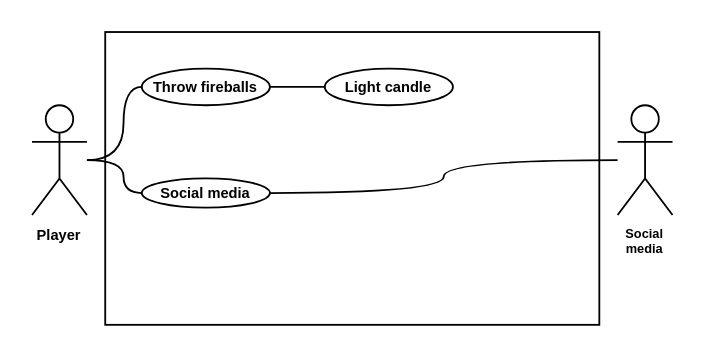
This is page "Page-1" (1 of 4) of Untitled Diagram.drawio from platyparty/CISC-210, a draw.io file, before an edit. Source tidied: cells renumbered, new cells numbered last; positions are measured from the earlier drawing's top-left corner, leaving out a move shared by most shapes. Both pictures are drawn from the tidied source at 183%, with x=0, y=0 at pixel (31, 31).
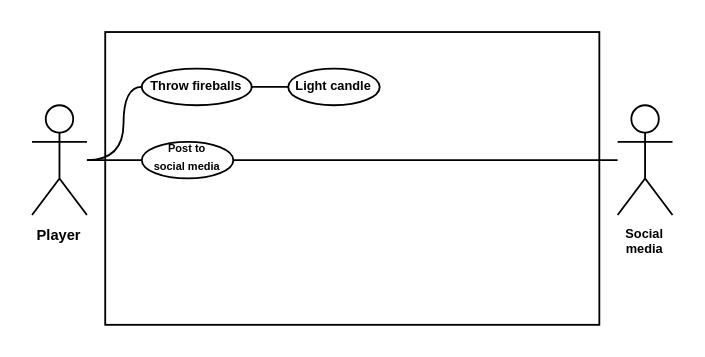
Above is the later version.

Commit message:
Added hourly car rental diagrams

The edit, as a diff of the source:
```diff
@@
 <mxGraphModel>
   <root>
     <mxCell id="0" />
     <mxCell id="1" parent="0" />
     <mxCell id="2" style="rounded=0;whiteSpace=wrap;html=1;fillColor=none;" parent="1" vertex="1">
       <mxGeometry x="40" width="270" height="160" as="geometry" />
     </mxCell>
     <mxCell id="3" style="edgeStyle=orthogonalEdgeStyle;rounded=0;jettySize=auto;html=1;entryX=0;entryY=0.5;entryDx=0;entryDy=0;fontSize=8;curved=1;startSize=6;endArrow=none;endFill=0;" parent="1" edge="1" source="5" target="7">
       <mxGeometry relative="1" as="geometry" />
     </mxCell>
     <mxCell id="4" style="edgeStyle=orthogonalEdgeStyle;curved=1;rounded=0;jettySize=auto;html=1;entryX=0;entryY=0.5;entryDx=0;entryDy=0;startSize=6;endArrow=none;endFill=0;fontSize=8;" parent="1" edge="1" source="5" target="11">
       <mxGeometry relative="1" as="geometry" />
     </mxCell>
     <mxCell id="5" value="Player" style="shape=umlActor;verticalLabelPosition=bottom;labelBackgroundColor=#ffffff;verticalAlign=top;fontSize=8;fontStyle=1;html=1;whiteSpace=wrap;" parent="1" vertex="1">
       <mxGeometry y="40" width="30" height="60" as="geometry" />
     </mxCell>
     <mxCell id="6" style="edgeStyle=orthogonalEdgeStyle;curved=1;rounded=0;jettySize=auto;html=1;startSize=6;endArrow=none;endFill=0;fontSize=8;" parent="1" edge="1" source="7" target="8">
       <mxGeometry relative="1" as="geometry" />
     </mxCell>
-    <mxCell id="7" value="Throw fireballs" style="ellipse;whiteSpace=wrap;html=1;fillColor=none;fontSize=8;fontStyle=1;" parent="1" vertex="1">
-      <mxGeometry x="60" y="20" width="70" height="20" as="geometry" />
+    <mxCell id="7" value="Throw fireballs" style="ellipse;whiteSpace=wrap;html=1;fillColor=none;fontSize=7;fontStyle=1;" parent="1" vertex="1">
+      <mxGeometry x="60" y="20" width="60" height="20" as="geometry" />
     </mxCell>
-    <mxCell id="8" value="Light candle" style="ellipse;whiteSpace=wrap;html=1;fillColor=none;fontStyle=1;fontSize=8;" parent="1" vertex="1">
-      <mxGeometry x="160" y="20" width="70" height="20" as="geometry" />
+    <mxCell id="8" value="Light candle" style="ellipse;whiteSpace=wrap;html=1;fillColor=none;fontStyle=1;fontSize=7;" parent="1" vertex="1">
+      <mxGeometry x="140" y="20" width="50" height="20" as="geometry" />
     </mxCell>
     <mxCell id="9" style="edgeStyle=orthogonalEdgeStyle;curved=1;rounded=0;jettySize=auto;html=1;entryX=1;entryY=0.5;entryDx=0;entryDy=0;startSize=6;endArrow=none;endFill=0;fontSize=8;" parent="1" edge="1" source="10" target="11">
       <mxGeometry relative="1" as="geometry" />
     </mxCell>
     <mxCell id="10" value="Social media" style="shape=umlActor;verticalLabelPosition=bottom;labelBackgroundColor=#ffffff;verticalAlign=top;html=1;fontSize=7;fontStyle=1;whiteSpace=wrap;" parent="1" vertex="1">
       <mxGeometry x="320" y="40" width="30" height="60" as="geometry" />
     </mxCell>
-    <mxCell id="11" value="&lt;font style=&quot;font-size: 8px&quot;&gt;&lt;b&gt;Social media&lt;/b&gt;&lt;/font&gt;" style="ellipse;whiteSpace=wrap;html=1;fillColor=none;verticalAlign=bottom;" parent="1" vertex="1">
-      <mxGeometry x="60" y="80" width="70" height="16" as="geometry" />
+    <mxCell id="11" value="&lt;h6 style=&quot;font-size: 6px ; line-height: 10%&quot;&gt;&lt;p&gt;&lt;span style=&quot;line-height: 60%&quot;&gt;Post to&lt;/span&gt;&lt;/p&gt;&lt;div&gt;&lt;span style=&quot;line-height: 60%&quot;&gt;social media&lt;/span&gt;&lt;/div&gt;&lt;/h6&gt;" style="ellipse;whiteSpace=wrap;html=1;fillColor=none;verticalAlign=middle;align=center;labelPosition=center;verticalLabelPosition=middle;spacingBottom=3;spacing=0;spacingTop=0;fontStyle=0;" parent="1" vertex="1">
+      <mxGeometry x="60" y="60" width="50" height="20" as="geometry" />
     </mxCell>
   </root>
 </mxGraphModel>
```
